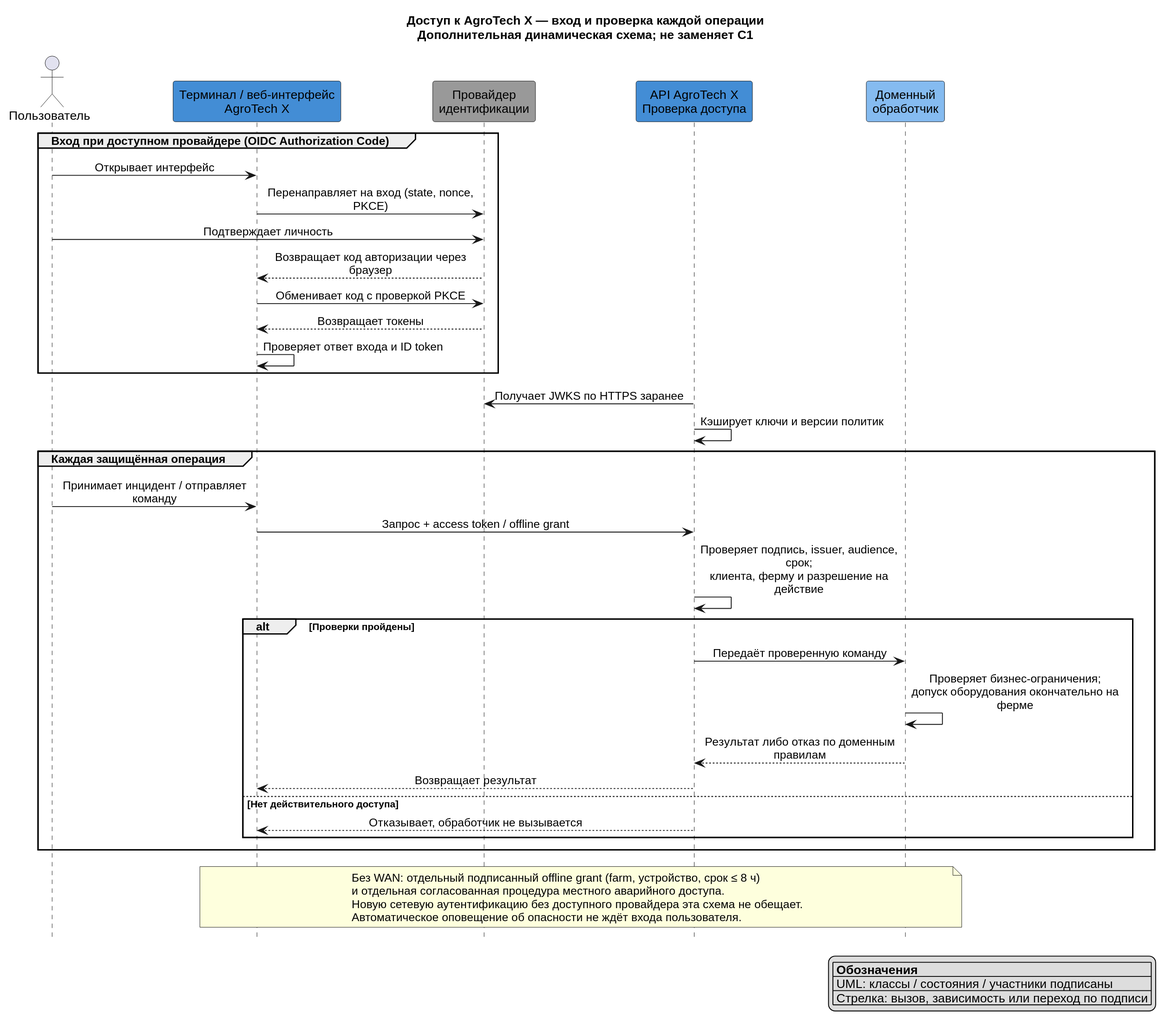
Earlier version of the PlantUML export Task1/diagrams/access-flow.svg (rozhkovsvyat/MSA-AgroTech).
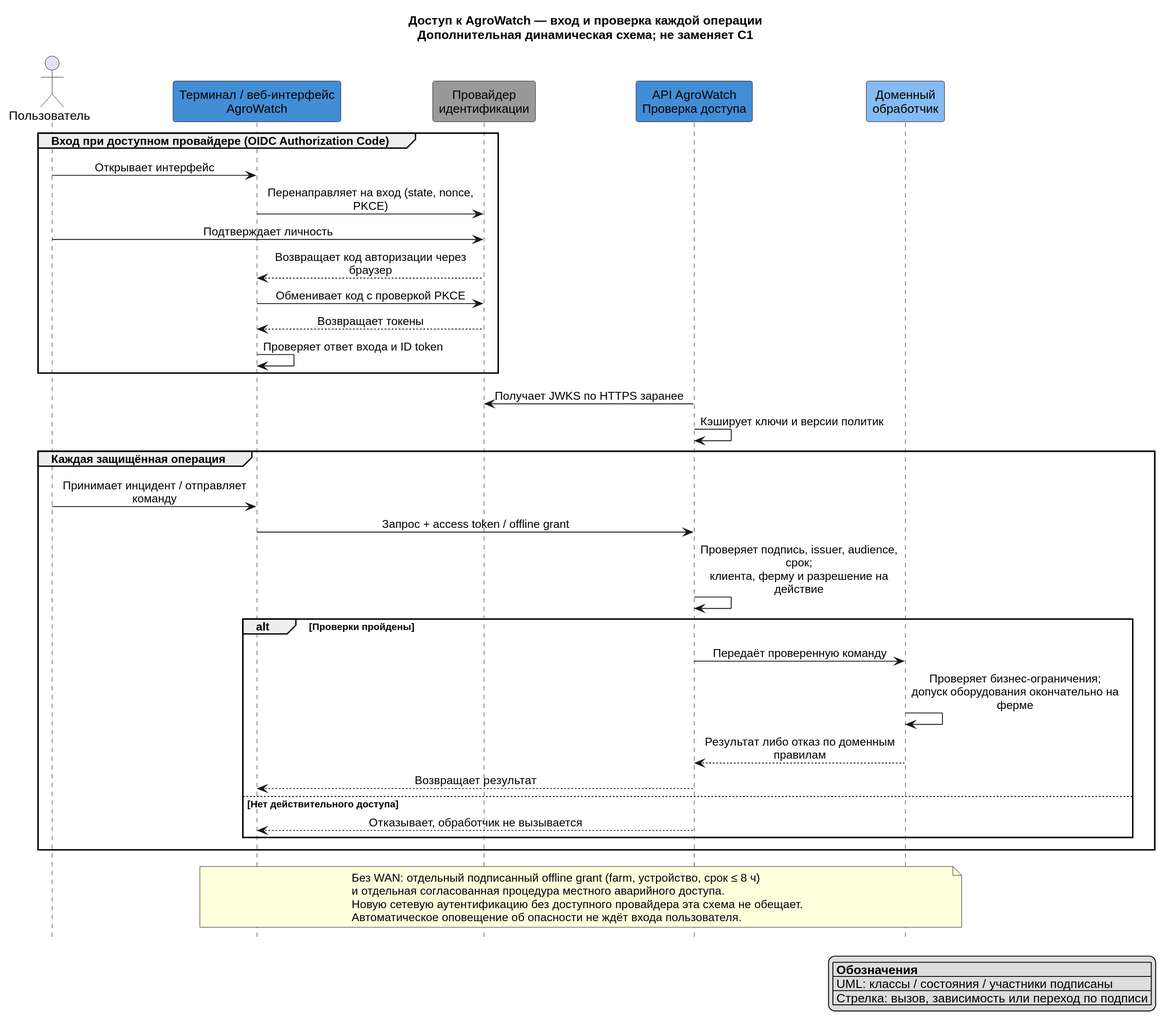
Later version of the same file.

Diff of the diagram source:
```diff
@@ -4,11 +4,11 @@
 skinparam sequenceMessageAlign center
 skinparam maxMessageSize 250
 hide footbox
-title Доступ к AgroTech X — вход и проверка каждой операции\nДополнительная динамическая схема; не заменяет C1
+title Доступ к AgroWatch — вход и проверка каждой операции\nДополнительная динамическая схема; не заменяет C1
 actor "Пользователь" as user
-participant "Терминал / веб-интерфейс\nAgroTech X" as ui #438DD5
+participant "Терминал / веб-интерфейс\nAgroWatch" as ui #438DD5
 participant "Провайдер\nидентификации" as idp #999999
-participant "API AgroTech X\nПроверка доступа" as api #438DD5
+participant "API AgroWatch\nПроверка доступа" as api #438DD5
 participant "Доменный\nобработчик" as domain #85BBF0
 
 group Вход при доступном провайдере (OIDC Authorization Code)
```
